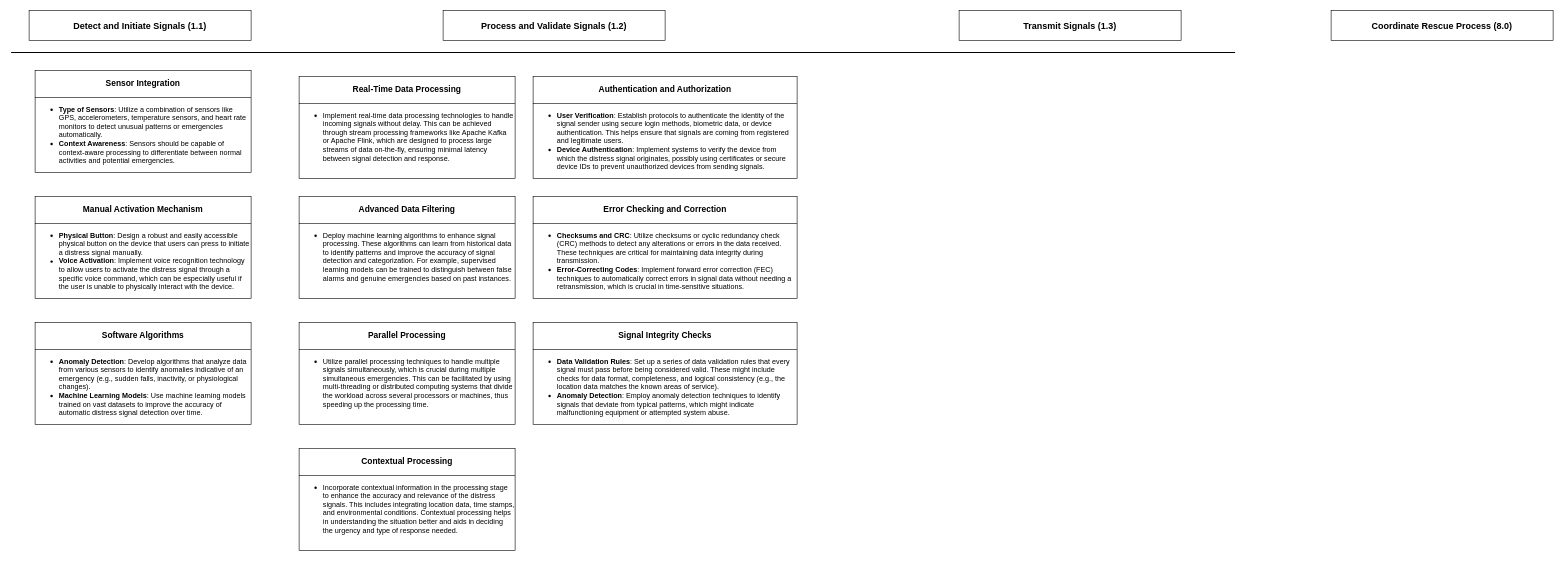
Earlier version of the draw.io diagram DrawIo/TheKeyCausalPath.drawio (OMEN-Watson/CodeExercises). Source tidied: cells renumbered, new cells numbered last; positions are measured from the earlier drawing's top-left corner, leaving out a move shared by most shapes. Both pictures are drawn from the tidied source at 60%, with x=0, y=0 at pixel (11, 10).
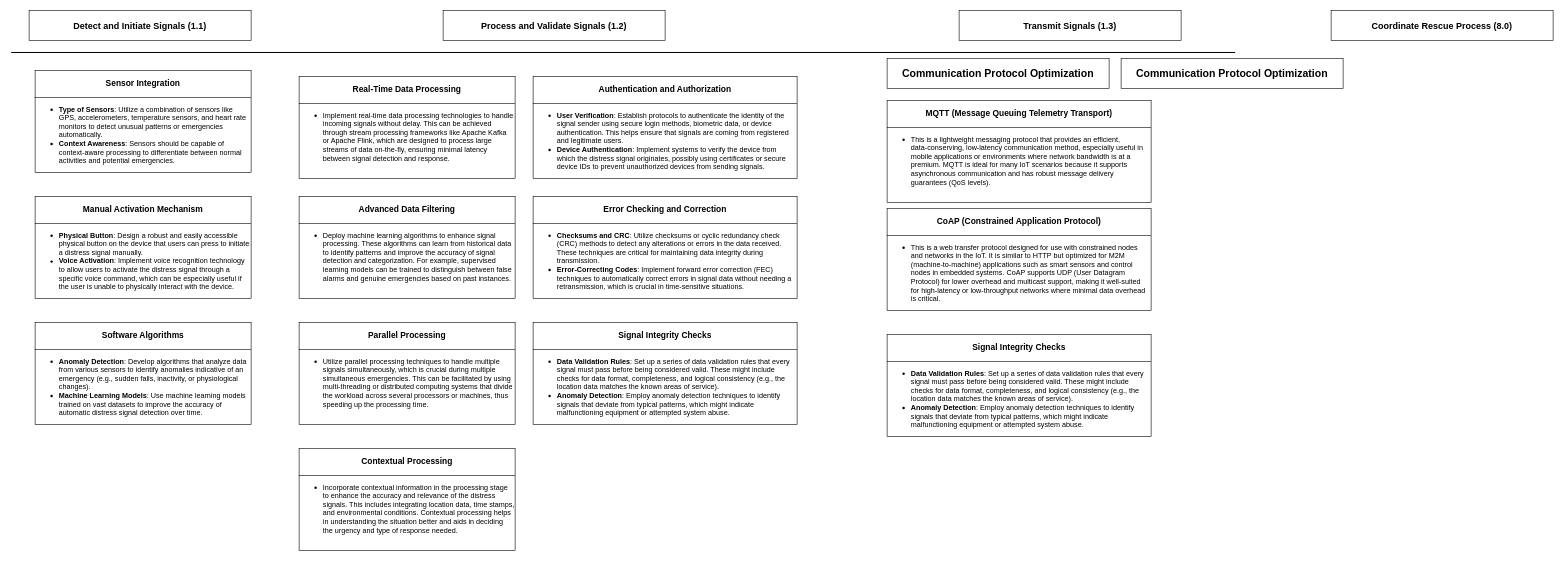
The same diagram, later.

Diff of the diagram source:
```diff
@@
+    <mxCell id="17" value="&lt;h3 style=&quot;text-align: center;&quot;&gt;&lt;strong&gt;MQTT (Message Queuing Telemetry Transport)&lt;/strong&gt;&lt;br&gt;&lt;/h3&gt;&lt;hr size=&quot;1&quot; style=&quot;border-style:solid;&quot;&gt;&lt;ul&gt;&lt;li&gt;This is a lightweight messaging protocol that provides an efficient, &lt;br&gt;data-conserving, low-latency communication method, especially useful in &lt;br&gt;mobile applications or environments where network bandwidth is at a &lt;br&gt;premium. MQTT is ideal for many IoT scenarios because it supports &lt;br&gt;asynchronous communication and has robust message delivery guarantees (QoS levels).&lt;br&gt;&lt;/li&gt;&lt;/ul&gt;" style="verticalAlign=top;align=left;overflow=fill;html=1;whiteSpace=wrap;" parent="1" vertex="1">
+      <mxGeometry x="1460" y="150" width="440" height="170" as="geometry" />
+    </mxCell>
+    <mxCell id="18" value="&lt;h3 style=&quot;text-align: center;&quot;&gt;&lt;strong&gt;CoAP (Constrained Application Protocol)&lt;/strong&gt;&lt;br&gt;&lt;/h3&gt;&lt;hr size=&quot;1&quot; style=&quot;border-style:solid;&quot;&gt;&lt;ul&gt;&lt;li&gt;This is a web transfer protocol designed for use with constrained nodes &lt;br&gt;and networks in the IoT. It is similar to HTTP but optimized for M2M &lt;br&gt;(machine-to-machine) applications such as smart sensors and control &lt;br&gt;nodes in embedded systems. CoAP supports UDP (User Datagram Protocol) for lower overhead and multicast support, making it well-suited for high-latency or low-throughput networks where minimal data overhead is critical.&lt;br&gt;&lt;/li&gt;&lt;/ul&gt;" style="verticalAlign=top;align=left;overflow=fill;html=1;whiteSpace=wrap;" parent="1" vertex="1">
+      <mxGeometry x="1460" y="330" width="440" height="170" as="geometry" />
+    </mxCell>
+    <mxCell id="19" value="&lt;h3 style=&quot;text-align: center;&quot;&gt;&lt;strong&gt;Signal Integrity Checks&lt;/strong&gt;&lt;/h3&gt;&lt;hr size=&quot;1&quot; style=&quot;border-style:solid;&quot;&gt;&lt;ul&gt;&lt;li&gt;&lt;strong&gt;Data Validation Rules&lt;/strong&gt;: Set up a series of data validation rules that every signal must pass before being considered valid. These might include checks for data format, completeness, and logical consistency (e.g., the location data matches the known areas of service).&lt;/li&gt;&lt;li&gt;&lt;strong&gt;Anomaly Detection&lt;/strong&gt;: Employ anomaly detection techniques to identify signals that deviate from typical patterns, which might indicate malfunctioning equipment or attempted system abuse.&lt;/li&gt;&lt;/ul&gt;" style="verticalAlign=top;align=left;overflow=fill;html=1;whiteSpace=wrap;" parent="1" vertex="1">
+      <mxGeometry x="1460" y="540" width="440" height="170" as="geometry" />
+    </mxCell>
+    <mxCell id="20" value="&lt;h3&gt;&lt;strong&gt;Communication Protocol Optimization&lt;/strong&gt;&lt;/h3&gt;" style="whiteSpace=wrap;html=1;align=center;fontSize=15;" parent="1" vertex="1">
+      <mxGeometry x="1460" y="80" width="370" height="50" as="geometry" />
+    </mxCell>
+    <mxCell id="21" value="&lt;h3&gt;&lt;strong&gt;Communication Protocol Optimization&lt;/strong&gt;&lt;/h3&gt;" style="whiteSpace=wrap;html=1;align=center;fontSize=15;" parent="1" vertex="1">
+      <mxGeometry x="1850" y="80" width="370" height="50" as="geometry" />
+    </mxCell>
```
